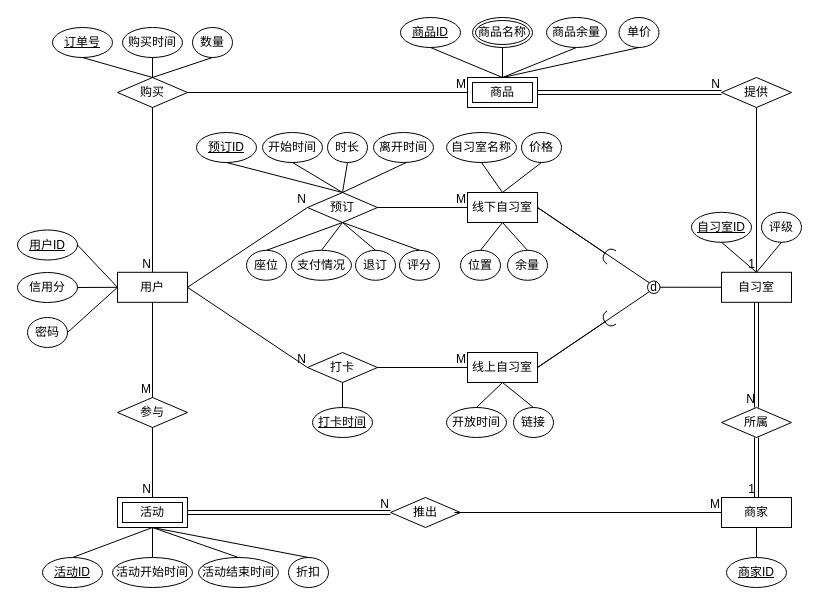
This is 未命名绘图.drawio from wuhongmei/pic, a draw.io file, before an edit. Source tidied: cells renumbered, new cells numbered last; positions are measured from the earlier drawing's top-left corner, leaving out a move shared by most shapes. Both pictures are drawn from the tidied source at 100%, with x=0, y=0 at pixel (17, 17).
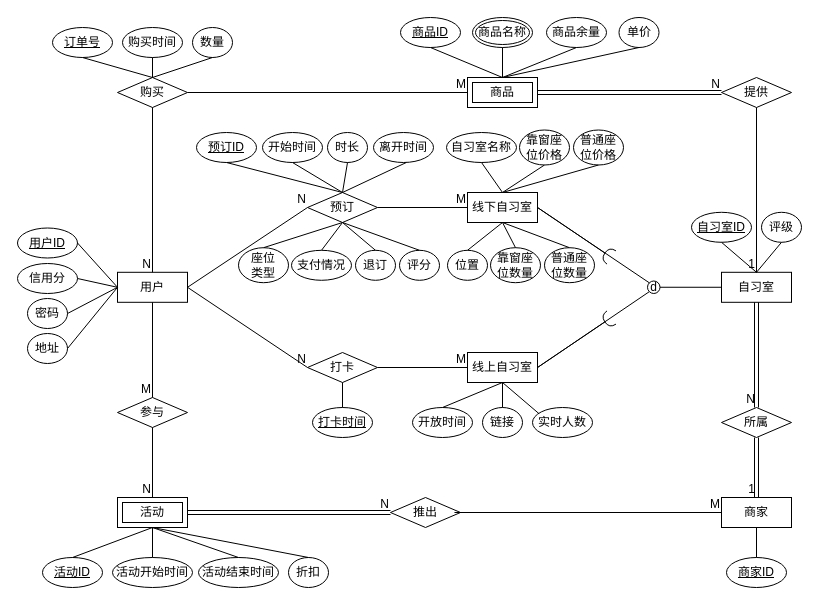
The same diagram, later.

The change refers to these unchanged cells:
```xml
<mxCell id="4" value="线上自习室" style="whiteSpace=wrap;html=1;align=center;" parent="1" vertex="1">
  <mxGeometry x="450" y="335" width="70" height="30" as="geometry" />
</mxCell>
<mxCell id="5" value="用户" style="whiteSpace=wrap;html=1;align=center;" parent="1" vertex="1">
  <mxGeometry x="100" y="254.8" width="70" height="30" as="geometry" />
</mxCell>
<mxCell id="8" value="线下自习室" style="whiteSpace=wrap;html=1;align=center;" parent="1" vertex="1">
  <mxGeometry x="450" y="175" width="70" height="30" as="geometry" />
</mxCell>
```

Diff of the diagram source:
```diff
@@
-    <mxCell id="32" value="座位" style="ellipse;whiteSpace=wrap;html=1;align=center;" parent="1" vertex="1">
-      <mxGeometry x="229" y="232.8" width="40" height="30" as="geometry" />
+    <mxCell id="32" value="座位&lt;br&gt;类型" style="ellipse;whiteSpace=wrap;html=1;align=center;" parent="1" vertex="1">
+      <mxGeometry x="221" y="230.2" width="50" height="35" as="geometry" />
     </mxCell>
@@
     <mxCell id="36" value="位置" style="ellipse;whiteSpace=wrap;html=1;align=center;" parent="1" vertex="1">
-      <mxGeometry x="443" y="232.8" width="40" height="30" as="geometry" />
+      <mxGeometry x="430" y="232.8" width="40" height="30" as="geometry" />
     </mxCell>
-    <mxCell id="37" value="余量" style="ellipse;whiteSpace=wrap;html=1;align=center;" parent="1" vertex="1">
-      <mxGeometry x="490" y="232.8" width="40" height="30" as="geometry" />
+    <mxCell id="37" value="靠窗座&lt;br&gt;位数量" style="ellipse;whiteSpace=wrap;html=1;align=center;" parent="1" vertex="1">
+      <mxGeometry x="473" y="230.2" width="50" height="35" as="geometry" />
     </mxCell>
     <mxCell id="38" value="开放时间" style="ellipse;whiteSpace=wrap;html=1;align=center;" parent="1" vertex="1">
-      <mxGeometry x="429" y="390" width="60" height="30" as="geometry" />
+      <mxGeometry x="395" y="390" width="60" height="30" as="geometry" />
     </mxCell>
     <mxCell id="39" value="信用分" style="ellipse;whiteSpace=wrap;html=1;align=center;" parent="1" vertex="1">
-      <mxGeometry y="255" width="60" height="30" as="geometry" />
+      <mxGeometry y="246" width="60" height="30" as="geometry" />
     </mxCell>
@@
     <mxCell id="45" value="用户ID" style="ellipse;whiteSpace=wrap;html=1;align=center;fontStyle=4;" parent="1" vertex="1">
-      <mxGeometry y="212.5" width="60" height="30" as="geometry" />
+      <mxGeometry y="210.5" width="60" height="30" as="geometry" />
     </mxCell>
@@
     <mxCell id="47" value="链接" style="ellipse;whiteSpace=wrap;html=1;align=center;" parent="1" vertex="1">
-      <mxGeometry x="496" y="390" width="40" height="30" as="geometry" />
+      <mxGeometry x="465" y="390" width="40" height="30" as="geometry" />
     </mxCell>
@@
-    <mxCell id="50" value="价格" style="ellipse;whiteSpace=wrap;html=1;align=center;" parent="1" vertex="1">
-      <mxGeometry x="504" y="115" width="40" height="30" as="geometry" />
+    <mxCell id="50" value="靠窗座&lt;br&gt;位价格" style="ellipse;whiteSpace=wrap;html=1;align=center;" parent="1" vertex="1">
+      <mxGeometry x="502" y="112.5" width="50" height="35" as="geometry" />
     </mxCell>
@@
     <mxCell id="110" value="密码" style="ellipse;whiteSpace=wrap;html=1;align=center;" parent="1" vertex="1">
-      <mxGeometry x="10" y="300" width="40" height="30" as="geometry" />
+      <mxGeometry x="10" y="281" width="40" height="30" as="geometry" />
     </mxCell>
@@
+    <mxCell id="114" value="普通座&lt;br&gt;位价格" style="ellipse;whiteSpace=wrap;html=1;align=center;" parent="1" vertex="1">
+      <mxGeometry x="556" y="112.5" width="50" height="35" as="geometry" />
+    </mxCell>
+    <mxCell id="115" style="endArrow=none;html=1;rounded=0;exitX=0.5;exitY=0;exitDx=0;exitDy=0;entryX=0.5;entryY=1;entryDx=0;entryDy=0;" parent="1" edge="1" source="8" target="114">
+      <mxGeometry relative="1" as="geometry" />
+    </mxCell>
+    <mxCell id="116" value="普通座&lt;br&gt;位数量" style="ellipse;whiteSpace=wrap;html=1;align=center;" parent="1" vertex="1">
+      <mxGeometry x="527" y="230.2" width="50" height="35" as="geometry" />
+    </mxCell>
+    <mxCell id="117" style="endArrow=none;html=1;rounded=0;exitX=0.5;exitY=0;exitDx=0;exitDy=0;entryX=0.5;entryY=1;entryDx=0;entryDy=0;" parent="1" edge="1" source="116" target="8">
+      <mxGeometry relative="1" as="geometry" />
+    </mxCell>
+    <mxCell id="118" style="endArrow=none;html=1;rounded=0;entryX=0.5;entryY=0;entryDx=0;entryDy=0;exitX=0.5;exitY=1;exitDx=0;exitDy=0;" parent="1" edge="1" source="4">
+      <mxGeometry relative="1" as="geometry">
+        <mxPoint x="526" y="400" as="targetPoint" />
+      </mxGeometry>
+    </mxCell>
+    <mxCell id="119" value="实时人数" style="ellipse;whiteSpace=wrap;html=1;align=center;" parent="1" vertex="1">
+      <mxGeometry x="515" y="390" width="60" height="30" as="geometry" />
+    </mxCell>
+    <mxCell id="120" value="地址" style="ellipse;whiteSpace=wrap;html=1;align=center;" parent="1" vertex="1">
+      <mxGeometry x="10" y="316" width="40" height="30" as="geometry" />
+    </mxCell>
+    <mxCell id="121" style="endArrow=none;html=1;rounded=0;exitX=1;exitY=0.5;exitDx=0;exitDy=0;entryX=0;entryY=0.5;entryDx=0;entryDy=0;" parent="1" edge="1" source="120" target="5">
+      <mxGeometry relative="1" as="geometry" />
+    </mxCell>
```
